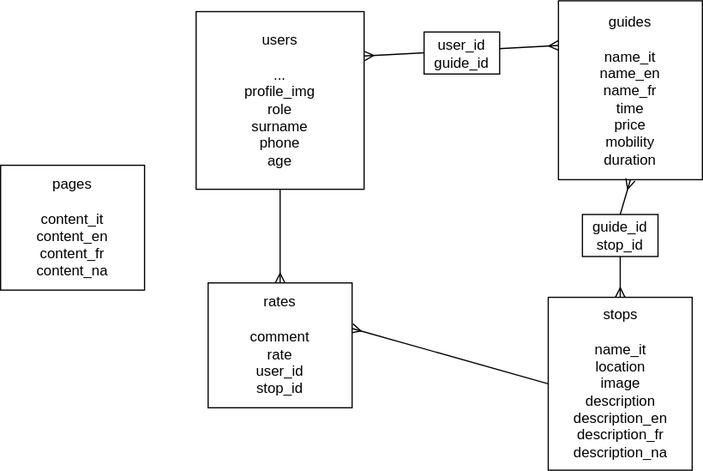
Earlier version of the draw.io export backend/I&M.drawio.svg (InnocenzoMerola/im_capstone_project). Source tidied: cells renumbered, new cells last; positions are measured from the earlier drawing's top-left corner, leaving out a move shared by most shapes.
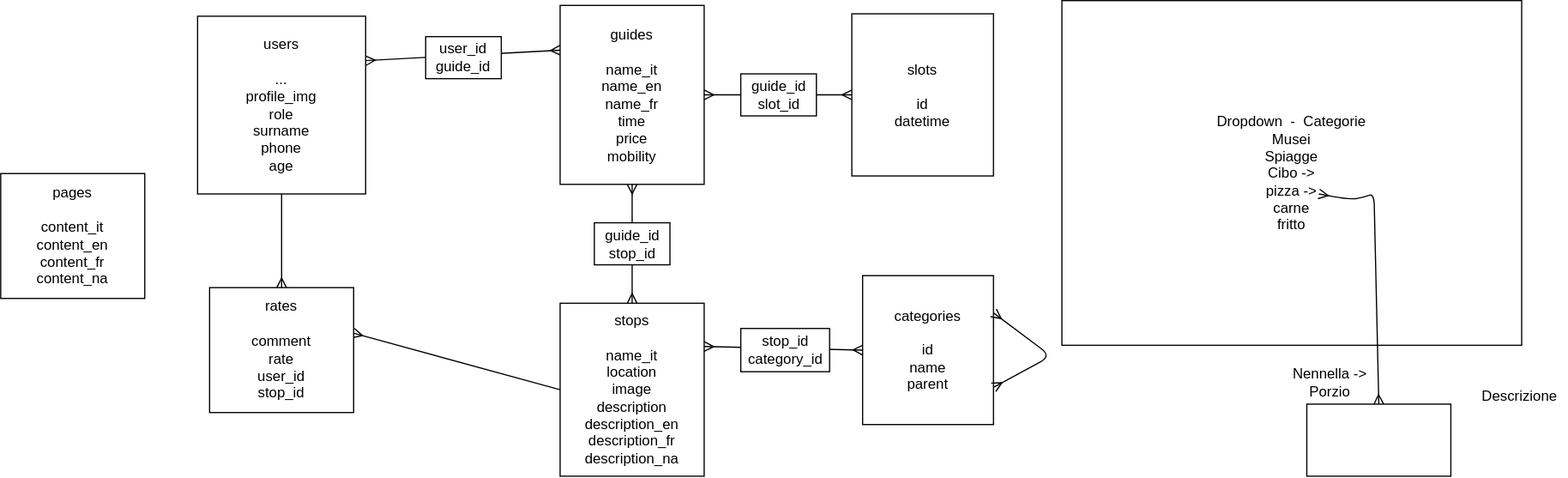
After the commit.

Change to the diagram source:
```diff
@@ -11,17 +11,17 @@
     <mxCell id="4" value="users&lt;br&gt;&lt;br&gt;...&lt;br&gt;profile_img&lt;br&gt;role&lt;br&gt;surname&lt;br&gt;phone&lt;br&gt;age" style="rounded=0;whiteSpace=wrap;html=1;" parent="1" vertex="1">
       <mxGeometry x="163" y="9" width="140" height="148" as="geometry" />
     </mxCell>
-    <mxCell id="5" value="guides&lt;br&gt;&lt;br&gt;name_it&lt;br&gt;name_en&lt;br&gt;name_fr&lt;br&gt;time&lt;br&gt;price&lt;br&gt;mobility&lt;br&gt;duration" style="rounded=0;whiteSpace=wrap;html=1;" parent="1" vertex="1">
+    <mxCell id="5" value="guides&lt;br&gt;&lt;br&gt;name_it&lt;br&gt;name_en&lt;br&gt;name_fr&lt;br&gt;time&lt;br&gt;price&lt;br&gt;mobility" style="rounded=0;whiteSpace=wrap;html=1;" parent="1" vertex="1">
       <mxGeometry x="465" width="120" height="149" as="geometry" />
     </mxCell>
     <mxCell id="6" style="edgeStyle=none;html=1;exitX=0;exitY=0.5;exitDx=0;exitDy=0;entryX=0.997;entryY=0.364;entryDx=0;entryDy=0;startArrow=none;startFill=0;endArrow=ERmany;endFill=0;entryPerimeter=0;" parent="1" edge="1" source="7" target="9">
       <mxGeometry relative="1" as="geometry" />
     </mxCell>
     <mxCell id="7" value="stops&lt;br&gt;&lt;br&gt;name_it&lt;br&gt;location&lt;br&gt;image&lt;br&gt;description&lt;br&gt;description_en&lt;br&gt;description_fr&lt;br&gt;description_na" style="rounded=0;whiteSpace=wrap;html=1;" parent="1" vertex="1">
-      <mxGeometry x="456.5" y="247" width="120" height="144" as="geometry" />
+      <mxGeometry x="465" y="248" width="120" height="144" as="geometry" />
     </mxCell>
     <mxCell id="8" value="pages&lt;br&gt;&lt;br&gt;content_it&lt;br&gt;content_en&lt;br&gt;content_fr&lt;br&gt;content_na" style="rounded=0;whiteSpace=wrap;html=1;" parent="1" vertex="1">
-      <mxGeometry y="137" width="120" height="104" as="geometry" />
+      <mxGeometry x="-1" y="140" width="120" height="104" as="geometry" />
     </mxCell>
     <mxCell id="9" value="rates&lt;br&gt;&lt;br&gt;comment&lt;br&gt;rate&lt;br&gt;user_id&lt;br&gt;stop_id" style="rounded=0;whiteSpace=wrap;html=1;" parent="1" vertex="1">
       <mxGeometry x="173" y="235" width="120" height="104" as="geometry" />
@@ -36,7 +36,54 @@
       <mxGeometry relative="1" as="geometry" />
     </mxCell>
     <mxCell id="13" value="guide_id&lt;br&gt;stop_id" style="whiteSpace=wrap;html=1;" parent="1" vertex="1">
-      <mxGeometry x="485" y="178" width="63" height="35" as="geometry" />
+      <mxGeometry x="493.5" y="181" width="63" height="35" as="geometry" />
     </mxCell>
+    <mxCell id="14" style="edgeStyle=none;html=1;exitX=0;exitY=0.5;exitDx=0;exitDy=0;entryX=1;entryY=0.5;entryDx=0;entryDy=0;endArrow=ERmany;endFill=0;startArrow=ERmany;startFill=0;" parent="1" edge="1" source="15" target="5">
+      <mxGeometry relative="1" as="geometry" />
+    </mxCell>
+    <mxCell id="15" value="slots&lt;br&gt;&lt;br&gt;id&lt;br&gt;datetime" style="rounded=0;whiteSpace=wrap;html=1;" parent="1" vertex="1">
+      <mxGeometry x="708" y="7" width="118" height="135" as="geometry" />
+    </mxCell>
+    <mxCell id="16" value="guide_id&lt;br&gt;slot_id" style="whiteSpace=wrap;html=1;" parent="1" vertex="1">
+      <mxGeometry x="615.5" y="57" width="63" height="35" as="geometry" />
+    </mxCell>
+    <mxCell id="17" style="edgeStyle=none;html=1;entryX=1;entryY=0.25;entryDx=0;entryDy=0;endArrow=ERmany;endFill=0;startArrow=ERmany;startFill=0;exitX=0;exitY=0.5;exitDx=0;exitDy=0;" parent="1" edge="1" source="18" target="7">
+      <mxGeometry relative="1" as="geometry" />
+    </mxCell>
+    <mxCell id="18" value="categories&lt;br&gt;&lt;br&gt;id&lt;br&gt;name&lt;br&gt;parent" style="rounded=0;whiteSpace=wrap;html=1;" parent="1" vertex="1">
+      <mxGeometry x="717" y="225" width="109" height="124" as="geometry" />
+    </mxCell>
+    <mxCell id="19" value="stop_id&lt;br&gt;category_id" style="whiteSpace=wrap;html=1;" parent="1" vertex="1">
+      <mxGeometry x="615.5" y="269" width="74" height="36" as="geometry" />
+    </mxCell>
+    <mxCell id="20" value="Dropdown&amp;nbsp; -&amp;nbsp; Categorie&lt;br&gt;Musei&lt;br&gt;Spiagge&lt;br&gt;Cibo -&amp;gt; &lt;br&gt;pizza -&amp;gt;&lt;br&gt;carne&lt;br&gt;fritto" style="whiteSpace=wrap;html=1;" parent="1" vertex="1">
+      <mxGeometry x="883" y="-4" width="383" height="287" as="geometry" />
+    </mxCell>
+    <mxCell id="21" value="Nennella -&amp;gt;&lt;br&gt;Porzio" style="text;html=1;align=center;verticalAlign=middle;strokeColor=none;fillColor=none;" parent="1" vertex="1">
+      <mxGeometry x="1066" y="293" width="80" height="41" as="geometry" />
+    </mxCell>
+    <mxCell id="22" value="Descrizione" style="text;html=1;align=center;verticalAlign=middle;strokeColor=none;fillColor=none;" parent="1" vertex="1">
+      <mxGeometry x="1223" y="313" width="81" height="26" as="geometry" />
+    </mxCell>
+    <mxCell id="23" style="whiteSpace=wrap;html=1;" parent="1" vertex="1">
+      <mxGeometry x="1087" y="332" width="120" height="60" as="geometry" />
+    </mxCell>
+    <mxCell id="24" style="edgeStyle=none;jettySize=auto;html=1;startArrow=ERmany;startFill=0;endArrow=ERmany;endFill=0;entryX=0.5;entryY=0;entryDx=0;entryDy=0;" parent="1" edge="1" target="23">
+      <mxGeometry relative="1" as="geometry">
+        <mxPoint x="1097" y="157" as="sourcePoint" />
+        <Array as="points">
+          <mxPoint x="1119" y="161" />
+          <mxPoint x="1129" y="161" />
+          <mxPoint x="1143" y="157" />
+        </Array>
+      </mxGeometry>
+    </mxCell>
+    <mxCell id="25" style="edgeStyle=none;html=1;exitX=1;exitY=0.25;exitDx=0;exitDy=0;entryX=1;entryY=0.75;entryDx=0;entryDy=0;startArrow=ERmany;startFill=0;endArrow=ERmany;endFill=0;" parent="1" edge="1" source="18" target="18">
+      <mxGeometry relative="1" as="geometry">
+        <Array as="points">
+          <mxPoint x="874" y="292" />
+        </Array>
+      </mxGeometry>
+    </mxCell>
   </root>
 </mxGraphModel>
```
